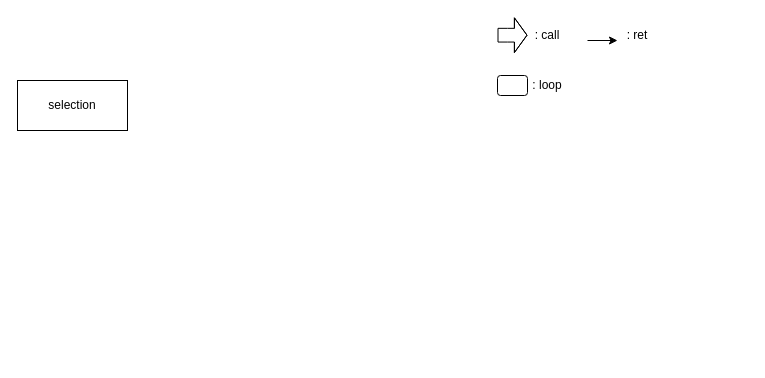
Above: GA/selection.drawio in fr0g2s/p (draw.io), before the change. Source tidied: cells renumbered, new cells numbered last; positions are measured from the earlier drawing's top-left corner, leaving out a move shared by most shapes. Both pictures are drawn from the tidied source at 100%, with x=0, y=0 at pixel (17, 20).
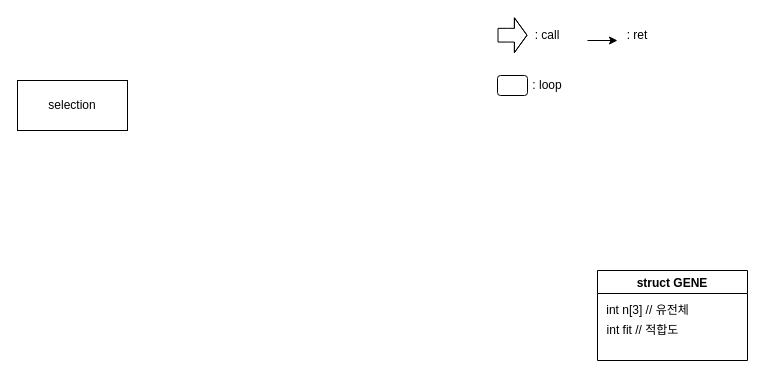
After the change.

The edit, as a diff of the source:
```diff
@@
 <mxGraphModel>
   <root>
     <mxCell id="0" />
     <mxCell id="1" parent="0" />
     <mxCell id="2" style="shape=flexArrow;endArrow=classic;html=1;rounded=0;strokeWidth=1;edgeStyle=orthogonalEdgeStyle;width=13.714285714285714;endSize=3.8628571428571425;" parent="1" edge="1">
       <mxGeometry relative="1" as="geometry">
         <mxPoint x="480" y="14.7" as="sourcePoint" />
         <mxPoint x="510" y="14.7" as="targetPoint" />
         <Array as="points">
           <mxPoint x="490" y="15" />
           <mxPoint x="490" y="15" />
         </Array>
       </mxGeometry>
     </mxCell>
     <mxCell id="3" value=": call" style="text;html=1;strokeColor=none;fillColor=none;align=center;verticalAlign=middle;whiteSpace=wrap;rounded=0;" parent="1" vertex="1">
       <mxGeometry x="500" width="60" height="30" as="geometry" />
     </mxCell>
     <mxCell id="4" style="endArrow=classic;html=1;rounded=0;strokeWidth=1;edgeStyle=orthogonalEdgeStyle;" parent="1" edge="1">
       <mxGeometry relative="1" as="geometry">
         <mxPoint x="570" y="20" as="sourcePoint" />
         <mxPoint x="600" y="20" as="targetPoint" />
       </mxGeometry>
     </mxCell>
     <mxCell id="5" value=": ret" style="text;html=1;strokeColor=none;fillColor=none;align=center;verticalAlign=middle;whiteSpace=wrap;rounded=0;" parent="1" vertex="1">
       <mxGeometry x="590" width="60" height="30" as="geometry" />
     </mxCell>
     <mxCell id="6" style="rounded=1;whiteSpace=wrap;html=1;fillColor=none;strokeColor=default;shadow=0;sketch=0;glass=1;" parent="1" vertex="1">
       <mxGeometry x="480" y="55" width="30" height="20" as="geometry" />
     </mxCell>
     <mxCell id="7" value=": loop" style="text;html=1;strokeColor=none;fillColor=none;align=center;verticalAlign=middle;whiteSpace=wrap;rounded=0;" parent="1" vertex="1">
       <mxGeometry x="500" y="50" width="60" height="30" as="geometry" />
     </mxCell>
     <mxCell id="8" value="selection" style="rounded=0;whiteSpace=wrap;html=1;" parent="1" vertex="1">
       <mxGeometry y="60" width="110" height="50" as="geometry" />
     </mxCell>
+    <mxCell id="9" value="struct GENE" style="swimlane;" parent="1" vertex="1">
+      <mxGeometry x="580" y="250" width="150" height="90" as="geometry" />
+    </mxCell>
+    <mxCell id="10" value="int n[3] // 유전체" style="text;html=1;align=center;verticalAlign=middle;strokeColor=none;fillColor=none;" parent="9" vertex="1">
+      <mxGeometry y="30" width="100" height="20" as="geometry" />
+    </mxCell>
+    <mxCell id="11" value="int fit // 적합도" style="text;html=1;align=center;verticalAlign=middle;strokeColor=none;fillColor=none;" parent="9" vertex="1">
+      <mxGeometry y="50" width="90" height="20" as="geometry" />
+    </mxCell>
   </root>
 </mxGraphModel>
```
